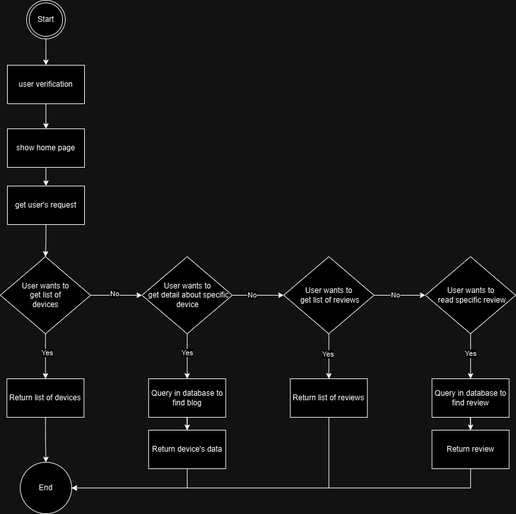
This is docs/flowchart/Flowchart.png from Sina2002F/DeviceDiscovery, a draw.io export, as it was before one commit. Source tidied: cells renumbered, new cells last; positions are measured from the earlier drawing's top-left corner, leaving out a move shared by most shapes.
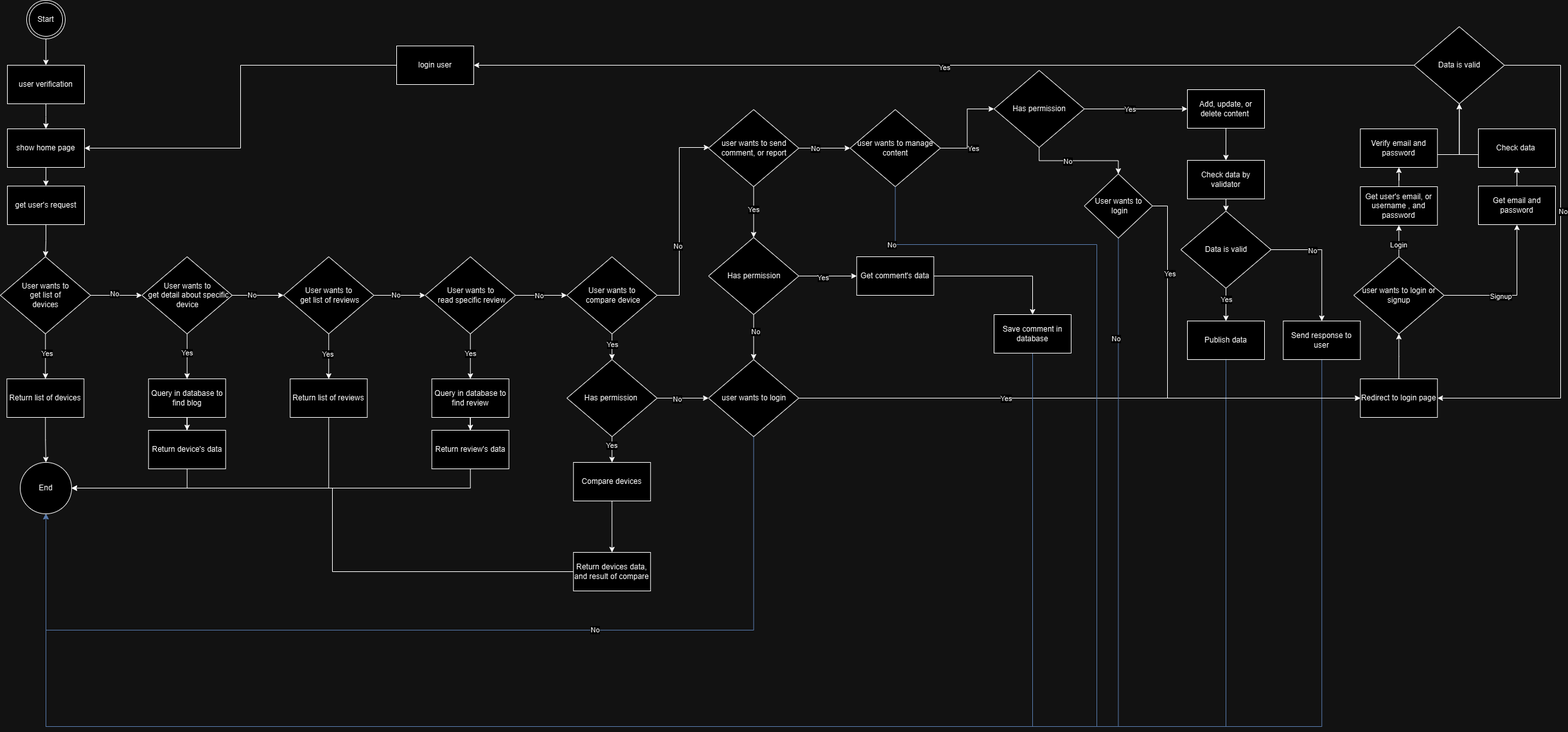
The same file after the commit.

Change to the diagram source:
```diff
@@ -43,7 +43,7 @@
     <mxCell id="14" value="Return list of devices" style="whiteSpace=wrap;html=1;dashed=0;" parent="1" vertex="1">
       <mxGeometry x="10.2" y="589" width="120" height="60" as="geometry" />
     </mxCell>
-    <mxCell id="15" value="End" style="ellipse;whiteSpace=wrap;html=1;dashed=0;" parent="1" vertex="1">
+    <mxCell id="15" value="End" style="ellipse;whiteSpace=wrap;html=1;fillStyle=auto;perimeterSpacing=0;" parent="1" vertex="1">
       <mxGeometry x="31" y="719" width="80" height="80" as="geometry" />
     </mxCell>
     <mxCell id="16" style="edgeStyle=orthogonalEdgeStyle;rounded=0;jettySize=auto;html=1;" parent="1" edge="1" source="20" target="24">
@@ -112,6 +112,12 @@
         <mxPoint x="-3" as="offset" />
       </mxGeometry>
     </mxCell>
+    <mxCell id="41" style="edgeStyle=orthogonalEdgeStyle;rounded=0;jettySize=auto;html=1;" parent="1" edge="1" source="34" target="47">
+      <mxGeometry relative="1" as="geometry" />
+    </mxCell>
+    <mxCell id="42" value="No" style="edgeLabel;html=1;align=center;verticalAlign=middle;" parent="41" vertex="1">
+      <mxGeometry x="-0.09" relative="1" as="geometry" />
+    </mxCell>
     <mxCell id="34" value="&lt;font style=&quot;font-size: 12px;&quot;&gt;User wants&amp;nbsp;&lt;/font&gt;&lt;span style=&quot;background-color: initial;&quot;&gt;to&lt;/span&gt;&lt;div&gt;&lt;div&gt;&lt;font style=&quot;font-size: 12px;&quot;&gt;&amp;nbsp;read specific review&lt;/font&gt;&lt;/div&gt;&lt;/div&gt;" style="rhombus;whiteSpace=wrap;html=1;dashed=0;" parent="1" vertex="1">
       <mxGeometry x="661.5" y="399" width="140.5" height="120" as="geometry" />
     </mxCell>
@@ -128,7 +134,7 @@
         </Array>
       </mxGeometry>
     </mxCell>
-    <mxCell id="38" value="Return review" style="whiteSpace=wrap;html=1;dashed=0;" parent="1" vertex="1">
+    <mxCell id="38" value="Return review's data" style="whiteSpace=wrap;html=1;dashed=0;" parent="1" vertex="1">
       <mxGeometry x="671.8" y="669" width="120" height="60" as="geometry" />
     </mxCell>
     <mxCell id="39" style="edgeStyle=orthogonalEdgeStyle;rounded=0;jettySize=auto;html=1;" parent="1" edge="1" source="40" target="7">
@@ -137,5 +143,326 @@
     <mxCell id="40" value="show home page" style="rounded=0;whiteSpace=wrap;html=1;" parent="1" vertex="1">
       <mxGeometry x="11" y="200" width="120" height="60" as="geometry" />
     </mxCell>
+    <mxCell id="43" style="edgeStyle=orthogonalEdgeStyle;rounded=0;jettySize=auto;html=1;" parent="1" edge="1" source="47" target="52">
+      <mxGeometry relative="1" as="geometry" />
+    </mxCell>
+    <mxCell id="44" value="Yes" style="edgeLabel;html=1;align=center;verticalAlign=middle;" parent="43" vertex="1">
+      <mxGeometry x="-0.17" y="-1" relative="1" as="geometry">
+        <mxPoint x="1" as="offset" />
+      </mxGeometry>
+    </mxCell>
+    <mxCell id="45" style="edgeStyle=orthogonalEdgeStyle;rounded=0;jettySize=auto;html=1;" parent="1" edge="1" source="47" target="88">
+      <mxGeometry relative="1" as="geometry">
+        <Array as="points">
+          <mxPoint x="1057" y="459" />
+          <mxPoint x="1057" y="229" />
+        </Array>
+      </mxGeometry>
+    </mxCell>
+    <mxCell id="46" value="No" style="edgeLabel;html=1;align=center;verticalAlign=middle;" parent="45" vertex="1">
+      <mxGeometry x="-0.29" y="3" relative="1" as="geometry" />
+    </mxCell>
+    <mxCell id="47" value="&lt;font style=&quot;font-size: 12px;&quot;&gt;User wants&amp;nbsp;&lt;/font&gt;&lt;span style=&quot;background-color: initial;&quot;&gt;to&lt;/span&gt;&lt;div&gt;&lt;div&gt;&lt;font style=&quot;font-size: 12px;&quot;&gt;&amp;nbsp;compare device&lt;/font&gt;&lt;/div&gt;&lt;/div&gt;" style="rhombus;whiteSpace=wrap;html=1;dashed=0;" parent="1" vertex="1">
+      <mxGeometry x="882" y="399" width="140.5" height="120" as="geometry" />
+    </mxCell>
+    <mxCell id="48" style="edgeStyle=orthogonalEdgeStyle;rounded=0;jettySize=auto;html=1;" parent="1" edge="1" source="52" target="54">
+      <mxGeometry relative="1" as="geometry" />
+    </mxCell>
+    <mxCell id="49" value="Yes" style="edgeLabel;html=1;align=center;verticalAlign=middle;" parent="48" vertex="1">
+      <mxGeometry x="-0.33" y="-1" relative="1" as="geometry" />
+    </mxCell>
+    <mxCell id="50" style="edgeStyle=orthogonalEdgeStyle;rounded=0;jettySize=auto;html=1;" parent="1" edge="1" source="52" target="61">
+      <mxGeometry relative="1" as="geometry" />
+    </mxCell>
+    <mxCell id="51" value="No" style="edgeLabel;html=1;align=center;verticalAlign=middle;" parent="50" vertex="1">
+      <mxGeometry x="-0.21" y="-1" relative="1" as="geometry" />
+    </mxCell>
+    <mxCell id="52" value="Has permission&amp;nbsp;" style="rhombus;whiteSpace=wrap;html=1;dashed=0;" parent="1" vertex="1">
+      <mxGeometry x="882" y="559" width="140.5" height="120" as="geometry" />
+    </mxCell>
+    <mxCell id="53" style="edgeStyle=orthogonalEdgeStyle;rounded=0;jettySize=auto;html=1;" parent="1" edge="1" source="54" target="56">
+      <mxGeometry relative="1" as="geometry" />
+    </mxCell>
+    <mxCell id="54" value="Compare devices" style="whiteSpace=wrap;html=1;dashed=0;" parent="1" vertex="1">
+      <mxGeometry x="892.2" y="719" width="120" height="60" as="geometry" />
+    </mxCell>
+    <mxCell id="55" style="edgeStyle=orthogonalEdgeStyle;rounded=0;jettySize=auto;html=1;entryX=1;entryY=0.5;entryDx=0;entryDy=0;" parent="1" edge="1" source="56" target="15">
+      <mxGeometry relative="1" as="geometry">
+        <Array as="points">
+          <mxPoint x="517" y="889" />
+          <mxPoint x="517" y="759" />
+        </Array>
+      </mxGeometry>
+    </mxCell>
+    <mxCell id="56" value="Return devices data, and result of compare" style="whiteSpace=wrap;html=1;dashed=0;" parent="1" vertex="1">
+      <mxGeometry x="892.2" y="859" width="120" height="60" as="geometry" />
+    </mxCell>
+    <mxCell id="57" style="edgeStyle=orthogonalEdgeStyle;rounded=0;jettySize=auto;html=1;" parent="1" edge="1" source="61" target="63">
+      <mxGeometry relative="1" as="geometry" />
+    </mxCell>
+    <mxCell id="58" value="Yes" style="edgeLabel;html=1;align=center;verticalAlign=middle;" parent="57" vertex="1">
+      <mxGeometry x="-0.26" relative="1" as="geometry" />
+    </mxCell>
+    <mxCell id="59" style="edgeStyle=orthogonalEdgeStyle;rounded=0;jettySize=auto;html=1;entryX=0.5;entryY=1;entryDx=0;entryDy=0;fillColor=#dae8fc;strokeColor=#6c8ebf;" parent="1" edge="1" source="61" target="15">
+      <mxGeometry relative="1" as="geometry">
+        <Array as="points">
+          <mxPoint x="1173" y="980" />
+          <mxPoint x="71" y="980" />
+        </Array>
+      </mxGeometry>
+    </mxCell>
+    <mxCell id="60" value="No" style="edgeLabel;html=1;align=center;verticalAlign=middle;" parent="59" vertex="1">
+      <mxGeometry x="-0.31" y="-1" relative="1" as="geometry" />
+    </mxCell>
+    <mxCell id="61" value="user wants to login" style="rhombus;whiteSpace=wrap;html=1;dashed=0;" parent="1" vertex="1">
+      <mxGeometry x="1102.5" y="559" width="140.5" height="120" as="geometry" />
+    </mxCell>
+    <mxCell id="62" style="edgeStyle=orthogonalEdgeStyle;rounded=0;jettySize=auto;html=1;entryX=0.5;entryY=1;entryDx=0;entryDy=0;" parent="1" edge="1" source="63" target="68">
+      <mxGeometry relative="1" as="geometry" />
+    </mxCell>
+    <mxCell id="63" value="Redirect to login page" style="whiteSpace=wrap;html=1;dashed=0;" parent="1" vertex="1">
+      <mxGeometry x="2117.2" y="589" width="120" height="60" as="geometry" />
+    </mxCell>
+    <mxCell id="64" style="edgeStyle=orthogonalEdgeStyle;rounded=0;jettySize=auto;html=1;" parent="1" edge="1" source="68" target="70">
+      <mxGeometry relative="1" as="geometry" />
+    </mxCell>
+    <mxCell id="65" value="Login" style="edgeLabel;html=1;align=center;verticalAlign=middle;" parent="64" vertex="1">
+      <mxGeometry x="-0.19" y="1" relative="1" as="geometry">
+        <mxPoint y="1" as="offset" />
+      </mxGeometry>
+    </mxCell>
+    <mxCell id="66" style="edgeStyle=orthogonalEdgeStyle;rounded=0;jettySize=auto;html=1;" parent="1" edge="1" source="68" target="76">
+      <mxGeometry relative="1" as="geometry" />
+    </mxCell>
+    <mxCell id="67" value="Signup" style="edgeLabel;html=1;align=center;verticalAlign=middle;" parent="66" vertex="1">
+      <mxGeometry x="-0.22" y="-1" relative="1" as="geometry" />
+    </mxCell>
+    <mxCell id="68" value="user wants to login or signup" style="rhombus;whiteSpace=wrap;html=1;dashed=0;" parent="1" vertex="1">
+      <mxGeometry x="2107" y="399" width="140.5" height="120" as="geometry" />
+    </mxCell>
+    <mxCell id="69" style="edgeStyle=orthogonalEdgeStyle;rounded=0;jettySize=auto;html=1;" parent="1" edge="1" source="70" target="74">
+      <mxGeometry relative="1" as="geometry" />
+    </mxCell>
+    <mxCell id="70" value="Get user's email, or username , and password" style="whiteSpace=wrap;html=1;dashed=0;" parent="1" vertex="1">
+      <mxGeometry x="2117.2" y="290" width="120" height="60" as="geometry" />
+    </mxCell>
+    <mxCell id="71" style="edgeStyle=orthogonalEdgeStyle;rounded=0;jettySize=auto;html=1;entryX=1;entryY=0.5;entryDx=0;entryDy=0;" parent="1" edge="1" source="72" target="40">
+      <mxGeometry relative="1" as="geometry" />
+    </mxCell>
+    <mxCell id="72" value="login user" style="whiteSpace=wrap;html=1;dashed=0;" parent="1" vertex="1">
+      <mxGeometry x="617" y="71" width="120" height="60" as="geometry" />
+    </mxCell>
+    <mxCell id="73" style="edgeStyle=orthogonalEdgeStyle;rounded=0;jettySize=auto;html=1;entryX=0.5;entryY=1;entryDx=0;entryDy=0;" parent="1" edge="1" source="74" target="83">
+      <mxGeometry relative="1" as="geometry">
+        <Array as="points">
+          <mxPoint x="2271" y="240" />
+        </Array>
+      </mxGeometry>
+    </mxCell>
+    <mxCell id="74" value="Verify email and password" style="whiteSpace=wrap;html=1;dashed=0;" parent="1" vertex="1">
+      <mxGeometry x="2117.2" y="200" width="120" height="60" as="geometry" />
+    </mxCell>
+    <mxCell id="75" style="edgeStyle=orthogonalEdgeStyle;rounded=0;jettySize=auto;html=1;" parent="1" edge="1" source="76" target="78">
+      <mxGeometry relative="1" as="geometry" />
+    </mxCell>
+    <mxCell id="76" value="Get email and password" style="whiteSpace=wrap;html=1;dashed=0;" parent="1" vertex="1">
+      <mxGeometry x="2301" y="289" width="120" height="60" as="geometry" />
+    </mxCell>
+    <mxCell id="77" style="edgeStyle=orthogonalEdgeStyle;rounded=0;jettySize=auto;html=1;entryX=0.5;entryY=1;entryDx=0;entryDy=0;" parent="1" edge="1" source="78" target="83">
+      <mxGeometry relative="1" as="geometry">
+        <Array as="points">
+          <mxPoint x="2271" y="240" />
+        </Array>
+      </mxGeometry>
+    </mxCell>
+    <mxCell id="78" value="Check data&amp;nbsp;" style="whiteSpace=wrap;html=1;dashed=0;" parent="1" vertex="1">
+      <mxGeometry x="2301" y="200" width="120" height="60" as="geometry" />
+    </mxCell>
+    <mxCell id="79" style="edgeStyle=orthogonalEdgeStyle;rounded=0;jettySize=auto;html=1;entryX=1;entryY=0.5;entryDx=0;entryDy=0;" parent="1" edge="1" source="83" target="72">
+      <mxGeometry relative="1" as="geometry" />
+    </mxCell>
+    <mxCell id="80" value="Yes" style="edgeLabel;html=1;align=center;verticalAlign=middle;" parent="79" vertex="1">
+      <mxGeometry y="3" relative="1" as="geometry" />
+    </mxCell>
+    <mxCell id="81" style="edgeStyle=orthogonalEdgeStyle;rounded=0;jettySize=auto;html=1;entryX=1;entryY=0.5;entryDx=0;entryDy=0;" parent="1" edge="1" source="83" target="63">
+      <mxGeometry relative="1" as="geometry">
+        <Array as="points">
+          <mxPoint x="2429" y="101" />
+          <mxPoint x="2429" y="619" />
+        </Array>
+      </mxGeometry>
+    </mxCell>
+    <mxCell id="82" value="No" style="edgeLabel;html=1;align=center;verticalAlign=middle;" parent="81" vertex="1">
+      <mxGeometry x="-0.21" y="3" relative="1" as="geometry" />
+    </mxCell>
+    <mxCell id="83" value="Data is valid" style="rhombus;whiteSpace=wrap;html=1;dashed=0;" parent="1" vertex="1">
+      <mxGeometry x="2201" y="41" width="140.5" height="120" as="geometry" />
+    </mxCell>
+    <mxCell id="84" style="edgeStyle=orthogonalEdgeStyle;rounded=0;jettySize=auto;html=1;" parent="1" edge="1" source="88" target="93">
+      <mxGeometry relative="1" as="geometry" />
+    </mxCell>
+    <mxCell id="85" value="Yes" style="edgeLabel;html=1;align=center;verticalAlign=middle;" parent="84" vertex="1">
+      <mxGeometry x="-0.08" relative="1" as="geometry">
+        <mxPoint y="-1" as="offset" />
+      </mxGeometry>
+    </mxCell>
+    <mxCell id="86" style="edgeStyle=orthogonalEdgeStyle;rounded=0;jettySize=auto;html=1;" parent="1" edge="1" source="88" target="102">
+      <mxGeometry relative="1" as="geometry" />
+    </mxCell>
+    <mxCell id="87" value="No" style="edgeLabel;html=1;align=center;verticalAlign=middle;" parent="86" vertex="1">
+      <mxGeometry x="-0.36" relative="1" as="geometry" />
+    </mxCell>
+    <mxCell id="88" value="user wants to send comment, or report" style="rhombus;whiteSpace=wrap;html=1;dashed=0;" parent="1" vertex="1">
+      <mxGeometry x="1102.5" y="170" width="140.5" height="120" as="geometry" />
+    </mxCell>
+    <mxCell id="89" style="edgeStyle=orthogonalEdgeStyle;rounded=0;jettySize=auto;html=1;entryX=0.5;entryY=0;entryDx=0;entryDy=0;" parent="1" edge="1" source="93" target="61">
+      <mxGeometry relative="1" as="geometry" />
+    </mxCell>
+    <mxCell id="90" value="No" style="edgeLabel;html=1;align=center;verticalAlign=middle;" parent="89" vertex="1">
+      <mxGeometry x="-0.24" y="3" relative="1" as="geometry" />
+    </mxCell>
+    <mxCell id="91" style="edgeStyle=orthogonalEdgeStyle;rounded=0;jettySize=auto;html=1;" parent="1" edge="1" source="93" target="95">
+      <mxGeometry relative="1" as="geometry" />
+    </mxCell>
+    <mxCell id="92" value="Yes" style="edgeLabel;html=1;align=center;verticalAlign=middle;" parent="91" vertex="1">
+      <mxGeometry x="-0.16" y="-2" relative="1" as="geometry" />
+    </mxCell>
+    <mxCell id="93" value="Has permission" style="rhombus;whiteSpace=wrap;html=1;dashed=0;" parent="1" vertex="1">
+      <mxGeometry x="1102.5" y="369" width="140.5" height="120" as="geometry" />
+    </mxCell>
+    <mxCell id="94" style="edgeStyle=orthogonalEdgeStyle;rounded=0;jettySize=auto;html=1;" parent="1" edge="1" source="95" target="97">
+      <mxGeometry relative="1" as="geometry" />
+    </mxCell>
+    <mxCell id="95" value="Get comment's data" style="whiteSpace=wrap;html=1;dashed=0;" parent="1" vertex="1">
+      <mxGeometry x="1333.2" y="399" width="120" height="60" as="geometry" />
+    </mxCell>
+    <mxCell id="96" style="edgeStyle=orthogonalEdgeStyle;rounded=0;jettySize=auto;html=1;entryX=0.5;entryY=1;entryDx=0;entryDy=0;strokeWidth=1;fillColor=#dae8fc;strokeColor=#6c8ebf;" parent="1" edge="1" source="97" target="15">
+      <mxGeometry relative="1" as="geometry">
+        <Array as="points">
+          <mxPoint x="1607" y="1130" />
+          <mxPoint x="71" y="1130" />
+        </Array>
+      </mxGeometry>
+    </mxCell>
+    <mxCell id="97" value="Save comment in database" style="whiteSpace=wrap;html=1;dashed=0;" parent="1" vertex="1">
+      <mxGeometry x="1547" y="489" width="120" height="60" as="geometry" />
+    </mxCell>
+    <mxCell id="98" style="edgeStyle=orthogonalEdgeStyle;rounded=0;jettySize=auto;html=1;entryX=0.5;entryY=1;entryDx=0;entryDy=0;fillColor=#dae8fc;strokeColor=#6c8ebf;exitX=0.5;exitY=1;exitDx=0;exitDy=0;" parent="1" edge="1" source="125" target="15">
+      <mxGeometry relative="1" as="geometry">
+        <Array as="points">
+          <mxPoint x="1741" y="1130" />
+          <mxPoint x="71" y="1130" />
+        </Array>
+      </mxGeometry>
+    </mxCell>
+    <mxCell id="99" value="No" style="edgeLabel;html=1;align=center;verticalAlign=middle;" parent="98" vertex="1">
+      <mxGeometry x="-0.89" y="-3" relative="1" as="geometry">
+        <mxPoint x="-1" as="offset" />
+      </mxGeometry>
+    </mxCell>
+    <mxCell id="100" style="edgeStyle=orthogonalEdgeStyle;rounded=0;jettySize=auto;html=1;" parent="1" edge="1" source="102" target="107">
+      <mxGeometry relative="1" as="geometry" />
+    </mxCell>
+    <mxCell id="101" value="Yes" style="edgeLabel;html=1;align=center;verticalAlign=middle;" parent="100" vertex="1">
+      <mxGeometry x="-0.48" relative="1" as="geometry">
+        <mxPoint x="13" as="offset" />
+      </mxGeometry>
+    </mxCell>
+    <mxCell id="102" value="user wants to manage content" style="rhombus;whiteSpace=wrap;html=1;dashed=0;" parent="1" vertex="1">
+      <mxGeometry x="1323" y="170" width="140.5" height="120" as="geometry" />
+    </mxCell>
+    <mxCell id="103" style="edgeStyle=orthogonalEdgeStyle;rounded=0;jettySize=auto;html=1;" parent="1" edge="1" source="107" target="109">
+      <mxGeometry relative="1" as="geometry" />
+    </mxCell>
+    <mxCell id="104" value="Yes" style="edgeLabel;html=1;align=center;verticalAlign=middle;" parent="103" vertex="1">
+      <mxGeometry x="-0.11" relative="1" as="geometry" />
+    </mxCell>
+    <mxCell id="105" style="edgeStyle=orthogonalEdgeStyle;rounded=0;jettySize=auto;html=1;" parent="1" edge="1" source="107" target="125">
+      <mxGeometry relative="1" as="geometry" />
+    </mxCell>
+    <mxCell id="106" value="No" style="edgeLabel;html=1;align=center;verticalAlign=middle;" parent="105" vertex="1">
+      <mxGeometry x="-0.2" y="-1" relative="1" as="geometry" />
+    </mxCell>
+    <mxCell id="107" value="Has permission" style="rhombus;whiteSpace=wrap;html=1;dashed=0;" parent="1" vertex="1">
+      <mxGeometry x="1547" y="109" width="140.5" height="120" as="geometry" />
+    </mxCell>
+    <mxCell id="108" style="edgeStyle=orthogonalEdgeStyle;rounded=0;jettySize=auto;html=1;" parent="1" edge="1" source="109" target="111">
+      <mxGeometry relative="1" as="geometry" />
+    </mxCell>
+    <mxCell id="109" value="Add, update, or delete content&amp;nbsp;" style="whiteSpace=wrap;html=1;dashed=0;" parent="1" vertex="1">
+      <mxGeometry x="1848" y="139" width="120" height="60" as="geometry" />
+    </mxCell>
+    <mxCell id="110" style="edgeStyle=orthogonalEdgeStyle;rounded=0;jettySize=auto;html=1;exitX=0.5;exitY=1;exitDx=0;exitDy=0;entryX=0.5;entryY=0;entryDx=0;entryDy=0;" parent="1" edge="1" source="111" target="116">
+      <mxGeometry relative="1" as="geometry" />
+    </mxCell>
+    <mxCell id="111" value="Check data by validator" style="whiteSpace=wrap;html=1;dashed=0;" parent="1" vertex="1">
+      <mxGeometry x="1848" y="249" width="120" height="60" as="geometry" />
+    </mxCell>
+    <mxCell id="112" style="edgeStyle=orthogonalEdgeStyle;rounded=0;jettySize=auto;html=1;" parent="1" edge="1" source="116" target="118">
+      <mxGeometry relative="1" as="geometry" />
+    </mxCell>
+    <mxCell id="113" value="No" style="edgeLabel;html=1;align=center;verticalAlign=middle;" parent="112" vertex="1">
+      <mxGeometry x="-0.33" y="-1" relative="1" as="geometry" />
+    </mxCell>
+    <mxCell id="114" style="edgeStyle=orthogonalEdgeStyle;rounded=0;jettySize=auto;html=1;" parent="1" edge="1" source="116" target="120">
+      <mxGeometry relative="1" as="geometry" />
+    </mxCell>
+    <mxCell id="115" value="Yes" style="edgeLabel;html=1;align=center;verticalAlign=middle;" parent="114" vertex="1">
+      <mxGeometry x="-0.29" relative="1" as="geometry" />
+    </mxCell>
+    <mxCell id="116" value="Data is valid" style="rhombus;whiteSpace=wrap;html=1;dashed=0;" parent="1" vertex="1">
+      <mxGeometry x="1837.8" y="328" width="140.5" height="120" as="geometry" />
+    </mxCell>
+    <mxCell id="117" style="edgeStyle=orthogonalEdgeStyle;rounded=0;jettySize=auto;html=1;entryX=0.5;entryY=1;entryDx=0;entryDy=0;fillColor=#dae8fc;strokeColor=#6c8ebf;" parent="1" edge="1" source="118" target="15">
+      <mxGeometry relative="1" as="geometry">
+        <Array as="points">
+          <mxPoint x="2057" y="1130" />
+          <mxPoint x="71" y="1130" />
+        </Array>
+      </mxGeometry>
+    </mxCell>
+    <mxCell id="118" value="Send response to user" style="whiteSpace=wrap;html=1;dashed=0;" parent="1" vertex="1">
+      <mxGeometry x="1997.2" y="499" width="120" height="60" as="geometry" />
+    </mxCell>
+    <mxCell id="119" style="edgeStyle=orthogonalEdgeStyle;rounded=0;jettySize=auto;html=1;entryX=0.5;entryY=1;entryDx=0;entryDy=0;fillColor=#dae8fc;strokeColor=#6c8ebf;" parent="1" edge="1" source="120" target="15">
+      <mxGeometry relative="1" as="geometry">
+        <Array as="points">
+          <mxPoint x="1908" y="1130" />
+          <mxPoint x="71" y="1130" />
+        </Array>
+      </mxGeometry>
+    </mxCell>
+    <mxCell id="120" value="Publish data" style="whiteSpace=wrap;html=1;dashed=0;" parent="1" vertex="1">
+      <mxGeometry x="1848" y="499" width="120" height="60" as="geometry" />
+    </mxCell>
+    <mxCell id="121" style="edgeStyle=orthogonalEdgeStyle;rounded=0;jettySize=auto;html=1;entryX=0.5;entryY=1;entryDx=0;entryDy=0;fillColor=#dae8fc;strokeColor=#6c8ebf;" parent="1" edge="1" source="102" target="15">
+      <mxGeometry relative="1" as="geometry">
+        <Array as="points">
+          <mxPoint x="1393" y="380" />
+          <mxPoint x="1707" y="380" />
+          <mxPoint x="1707" y="1130" />
+          <mxPoint x="71" y="1130" />
+        </Array>
+      </mxGeometry>
+    </mxCell>
+    <mxCell id="122" value="No" style="edgeLabel;html=1;align=center;verticalAlign=middle;" parent="121" vertex="1">
+      <mxGeometry x="-0.93" y="-5" relative="1" as="geometry">
+        <mxPoint x="-27" y="-5" as="offset" />
+      </mxGeometry>
+    </mxCell>
+    <mxCell id="123" style="edgeStyle=orthogonalEdgeStyle;rounded=0;jettySize=auto;html=1;entryX=0;entryY=0.5;entryDx=0;entryDy=0;" parent="1" edge="1" source="125" target="63">
+      <mxGeometry relative="1" as="geometry">
+        <Array as="points">
+          <mxPoint x="1817" y="320" />
+          <mxPoint x="1817" y="619" />
+        </Array>
+      </mxGeometry>
+    </mxCell>
+    <mxCell id="124" value="Yes" style="edgeLabel;html=1;align=center;verticalAlign=middle;" parent="123" vertex="1">
+      <mxGeometry x="-0.59" y="3" relative="1" as="geometry" />
+    </mxCell>
+    <mxCell id="125" value="User wants to&lt;div&gt;&amp;nbsp;login&lt;/div&gt;" style="rhombus;whiteSpace=wrap;html=1;dashed=0;" parent="1" vertex="1">
+      <mxGeometry x="1687.5" y="270" width="106" height="100" as="geometry" />
+    </mxCell>
   </root>
 </mxGraphModel>
```
